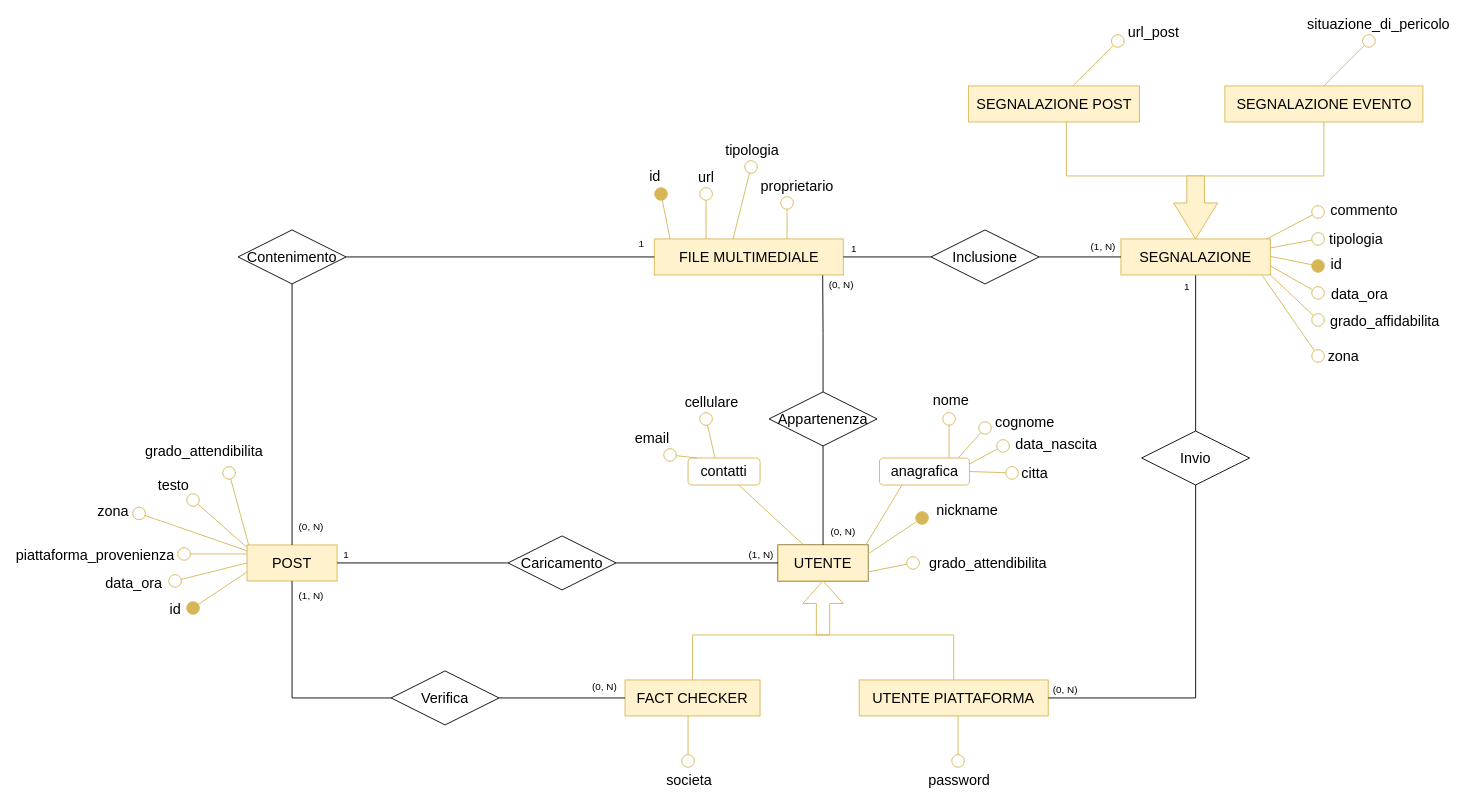
The draw.io diagram page "Diag. Social network" (6 of 7) of diagramma-er.drawio in faffolao/ProgettoBD2022, before the edit. Source tidied: cells renumbered, new cells numbered last; positions are measured from the earlier drawing's top-left corner, leaving out a move shared by most shapes. Both pictures are drawn from the tidied source at 90%, with x=0, y=0 at pixel (139, 40).
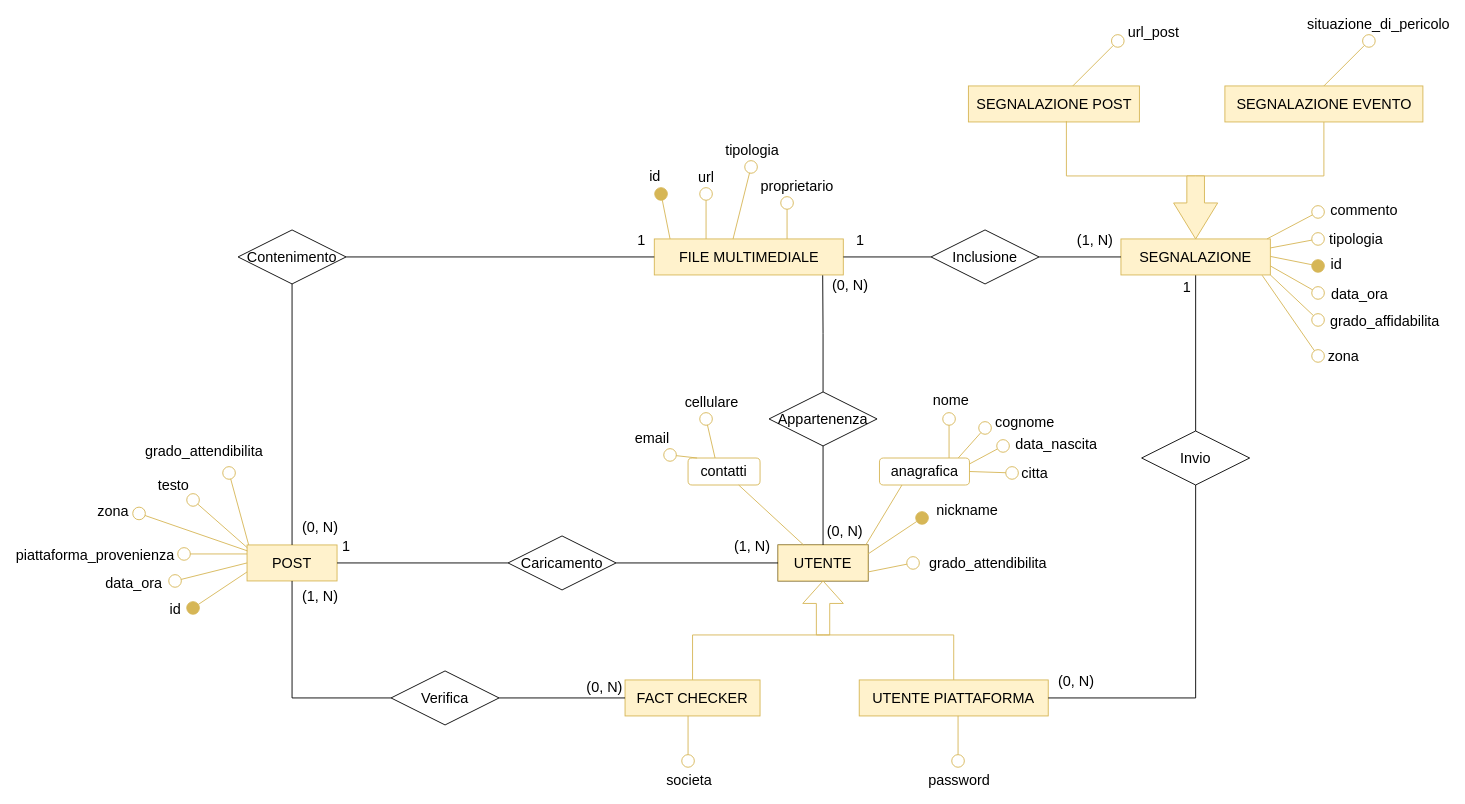
After the change.

Unchanged cells that the change refers to:
```xml
<mxCell id="32" style="edgeStyle=orthogonalEdgeStyle;rounded=0;jettySize=auto;html=1;strokeColor=default;strokeWidth=1;fontSize=12;startArrow=none;startFill=0;endArrow=none;endFill=0;startSize=14;endSize=14;" parent="1" edge="1" source="36" target="10">
  <mxGeometry relative="1" as="geometry" />
</mxCell>
<mxCell id="34" style="edgeStyle=orthogonalEdgeStyle;rounded=0;jettySize=auto;html=1;strokeColor=default;strokeWidth=1;fontSize=12;startArrow=none;startFill=0;endArrow=none;endFill=0;startSize=14;endSize=14;" parent="1" edge="1" source="36" target="31">
  <mxGeometry relative="1" as="geometry" />
</mxCell>
<mxCell id="49" style="edgeStyle=orthogonalEdgeStyle;rounded=0;jettySize=auto;html=1;strokeColor=default;strokeWidth=1;fontSize=12;startArrow=none;startFill=0;endArrow=none;endFill=0;startSize=14;endSize=14;" parent="1" edge="1" source="53" target="31">
  <mxGeometry relative="1" as="geometry" />
</mxCell>
<mxCell id="51" style="edgeStyle=orthogonalEdgeStyle;rounded=0;jettySize=auto;html=1;strokeColor=default;strokeWidth=1;fontSize=12;startArrow=none;startFill=0;endArrow=none;endFill=0;startSize=14;endSize=14;" parent="1" edge="1" source="53" target="4">
  <mxGeometry relative="1" as="geometry" />
</mxCell>
<mxCell id="55" style="edgeStyle=orthogonalEdgeStyle;rounded=0;jettySize=auto;html=1;entryX=1;entryY=0.5;entryDx=0;entryDy=0;strokeColor=default;strokeWidth=1;fontSize=12;startArrow=none;startFill=0;endArrow=none;endFill=0;startSize=14;endSize=14;" parent="1" edge="1" source="57" target="7">
  <mxGeometry relative="1" as="geometry">
    <Array as="points">
      <mxPoint x="1174" y="730" />
    </Array>
  </mxGeometry>
</mxCell>
<mxCell id="58" style="edgeStyle=orthogonalEdgeStyle;rounded=0;jettySize=auto;html=1;strokeColor=default;strokeWidth=1;fontSize=12;startArrow=none;startFill=0;endArrow=none;endFill=0;startSize=14;endSize=14;" parent="1" edge="1" source="60" target="57">
  <mxGeometry relative="1" as="geometry" />
</mxCell>
<mxCell id="82" style="edgeStyle=orthogonalEdgeStyle;rounded=0;jettySize=auto;html=1;strokeColor=default;strokeWidth=1;fontSize=12;startArrow=none;startFill=0;endArrow=none;endFill=0;startSize=14;endSize=14;" parent="1" edge="1" source="86" target="81">
  <mxGeometry relative="1" as="geometry" />
</mxCell>
<mxCell id="84" style="edgeStyle=orthogonalEdgeStyle;rounded=0;jettySize=auto;html=1;strokeColor=default;strokeWidth=1;fontSize=12;startArrow=none;startFill=0;endArrow=none;endFill=0;startSize=14;endSize=14;" parent="1" edge="1" source="86" target="60">
  <mxGeometry relative="1" as="geometry" />
</mxCell>
<mxCell id="95" style="edgeStyle=orthogonalEdgeStyle;rounded=0;jettySize=auto;html=1;strokeColor=default;strokeWidth=1;fontSize=12;startArrow=none;startFill=0;endArrow=none;endFill=0;startSize=14;endSize=14;" parent="1" edge="1" source="99" target="31">
  <mxGeometry relative="1" as="geometry" />
</mxCell>
<mxCell id="97" style="edgeStyle=orthogonalEdgeStyle;rounded=0;jettySize=auto;html=1;strokeColor=default;strokeWidth=1;fontSize=12;startArrow=none;startFill=0;endArrow=none;endFill=0;startSize=14;endSize=14;" parent="1" edge="1" source="99" target="81">
  <mxGeometry relative="1" as="geometry" />
</mxCell>
<mxCell id="100" style="edgeStyle=orthogonalEdgeStyle;rounded=0;jettySize=auto;html=1;entryX=0.891;entryY=1.011;entryDx=0;entryDy=0;entryPerimeter=0;strokeColor=default;strokeWidth=1;fontSize=12;startArrow=none;startFill=0;endArrow=none;endFill=0;startSize=14;endSize=14;" parent="1" edge="1" source="104" target="81">
  <mxGeometry relative="1" as="geometry" />
</mxCell>
<mxCell id="102" style="edgeStyle=orthogonalEdgeStyle;rounded=0;jettySize=auto;html=1;strokeColor=default;strokeWidth=1;fontSize=12;startArrow=none;startFill=0;endArrow=none;endFill=0;startSize=14;endSize=14;" parent="1" edge="1" source="104" target="10">
  <mxGeometry relative="1" as="geometry" />
</mxCell>
```

The edit, as a diff of the source:
```diff
@@
-    <mxCell id="33" value="(1, N)" style="edgeLabel;html=1;align=center;verticalAlign=middle;" parent="32" vertex="1">
+    <mxCell id="33" value="(1, N)" style="edgeLabel;html=1;align=center;verticalAlign=middle;fontSize=16;" parent="32" vertex="1">
       <mxGeometry x="0.78" y="-1" relative="1" as="geometry">
-        <mxPoint y="-11" as="offset" />
+        <mxPoint x="-10" y="-21" as="offset" />
       </mxGeometry>
     </mxCell>
@@
-    <mxCell id="35" value="1" style="edgeLabel;html=1;align=center;verticalAlign=middle;" parent="34" vertex="1">
+    <mxCell id="35" value="1" style="edgeLabel;html=1;align=center;verticalAlign=middle;fontSize=16;" parent="34" vertex="1">
       <mxGeometry x="0.83" y="-1" relative="1" as="geometry">
-        <mxPoint x="-7" y="-9" as="offset" />
+        <mxPoint x="-7" y="-19" as="offset" />
       </mxGeometry>
     </mxCell>
@@
-    <mxCell id="50" value="(1, N)" style="edgeLabel;html=1;align=center;verticalAlign=middle;" parent="49" vertex="1">
+    <mxCell id="50" value="(1, N)" style="edgeLabel;html=1;align=center;verticalAlign=middle;fontSize=16;" parent="49" vertex="1">
       <mxGeometry x="0.89" y="1" relative="1" as="geometry">
-        <mxPoint x="21" y="3" as="offset" />
+        <mxPoint x="31" y="3" as="offset" />
       </mxGeometry>
     </mxCell>
@@
-    <mxCell id="52" value="(0, N)" style="edgeLabel;html=1;align=center;verticalAlign=middle;" parent="51" vertex="1">
+    <mxCell id="52" value="(0, N)" style="edgeLabel;html=1;align=center;verticalAlign=middle;fontSize=16;" parent="51" vertex="1">
       <mxGeometry x="0.75" relative="1" as="geometry">
         <mxPoint x="-7" y="-13" as="offset" />
       </mxGeometry>
     </mxCell>
@@
-    <mxCell id="56" value="(0, N)" style="edgeLabel;html=1;align=center;verticalAlign=middle;" parent="55" vertex="1">
+    <mxCell id="56" value="(0, N)" style="edgeLabel;html=1;align=center;verticalAlign=middle;fontSize=16;" parent="55" vertex="1">
       <mxGeometry x="0.91" y="1" relative="1" as="geometry">
-        <mxPoint y="-11" as="offset" />
+        <mxPoint x="12" y="-21" as="offset" />
       </mxGeometry>
     </mxCell>
@@
-    <mxCell id="59" value="1" style="edgeLabel;html=1;align=center;verticalAlign=middle;" parent="58" vertex="1">
+    <mxCell id="59" value="1" style="edgeLabel;html=1;align=center;verticalAlign=middle;fontSize=16;" parent="58" vertex="1">
       <mxGeometry x="-0.77" y="1" relative="1" as="geometry">
         <mxPoint x="-12" y="-8" as="offset" />
       </mxGeometry>
     </mxCell>
@@
-    <mxCell id="83" value="1" style="edgeLabel;html=1;align=center;verticalAlign=middle;" parent="82" vertex="1">
+    <mxCell id="83" value="1" style="edgeLabel;html=1;align=center;verticalAlign=middle;fontSize=16;" parent="82" vertex="1">
       <mxGeometry x="-0.77" y="1" relative="1" as="geometry">
-        <mxPoint x="-76" y="-11" as="offset" />
+        <mxPoint x="-69" y="-21" as="offset" />
       </mxGeometry>
     </mxCell>
@@
-    <mxCell id="85" value="(1, N)" style="edgeLabel;html=1;align=center;verticalAlign=middle;" parent="84" vertex="1">
+    <mxCell id="85" value="(1, N)" style="edgeLabel;html=1;align=center;verticalAlign=middle;fontSize=16;" parent="84" vertex="1">
       <mxGeometry x="0.69" relative="1" as="geometry">
-        <mxPoint x="-7" y="-12" as="offset" />
+        <mxPoint x="-16" y="-20" as="offset" />
       </mxGeometry>
     </mxCell>
@@
-    <mxCell id="96" value="(0, N)" style="edgeLabel;html=1;align=center;verticalAlign=middle;" parent="95" vertex="1">
+    <mxCell id="96" value="(0, N)" style="edgeLabel;html=1;align=center;verticalAlign=middle;fontSize=16;" parent="95" vertex="1">
       <mxGeometry x="0.89" y="-1" relative="1" as="geometry">
-        <mxPoint x="21" y="-5" as="offset" />
+        <mxPoint x="31" y="-5" as="offset" />
       </mxGeometry>
     </mxCell>
@@
-    <mxCell id="98" value="1" style="edgeLabel;html=1;align=center;verticalAlign=middle;" parent="97" vertex="1">
+    <mxCell id="98" value="1" style="edgeLabel;html=1;align=center;verticalAlign=middle;fontSize=16;" parent="97" vertex="1">
       <mxGeometry x="0.91" y="1" relative="1" as="geometry">
-        <mxPoint y="-14" as="offset" />
+        <mxPoint y="-19" as="offset" />
       </mxGeometry>
     </mxCell>
@@
-    <mxCell id="101" value="(0, N)" style="edgeLabel;html=1;align=center;verticalAlign=middle;" parent="100" vertex="1">
+    <mxCell id="101" value="(0, N)" style="edgeLabel;html=1;align=center;verticalAlign=middle;fontSize=16;" parent="100" vertex="1">
       <mxGeometry x="0.73" y="-1" relative="1" as="geometry">
-        <mxPoint x="19" y="-8" as="offset" />
+        <mxPoint x="29" y="-8" as="offset" />
       </mxGeometry>
     </mxCell>
@@
-    <mxCell id="103" value="(0, N)" style="edgeLabel;html=1;align=center;verticalAlign=middle;" parent="102" vertex="1">
+    <mxCell id="103" value="(0, N)" style="edgeLabel;html=1;align=center;verticalAlign=middle;fontSize=16;" parent="102" vertex="1">
       <mxGeometry x="0.68" y="-3" relative="1" as="geometry">
-        <mxPoint x="24" y="2" as="offset" />
+        <mxPoint x="26" y="2" as="offset" />
       </mxGeometry>
     </mxCell>
```
